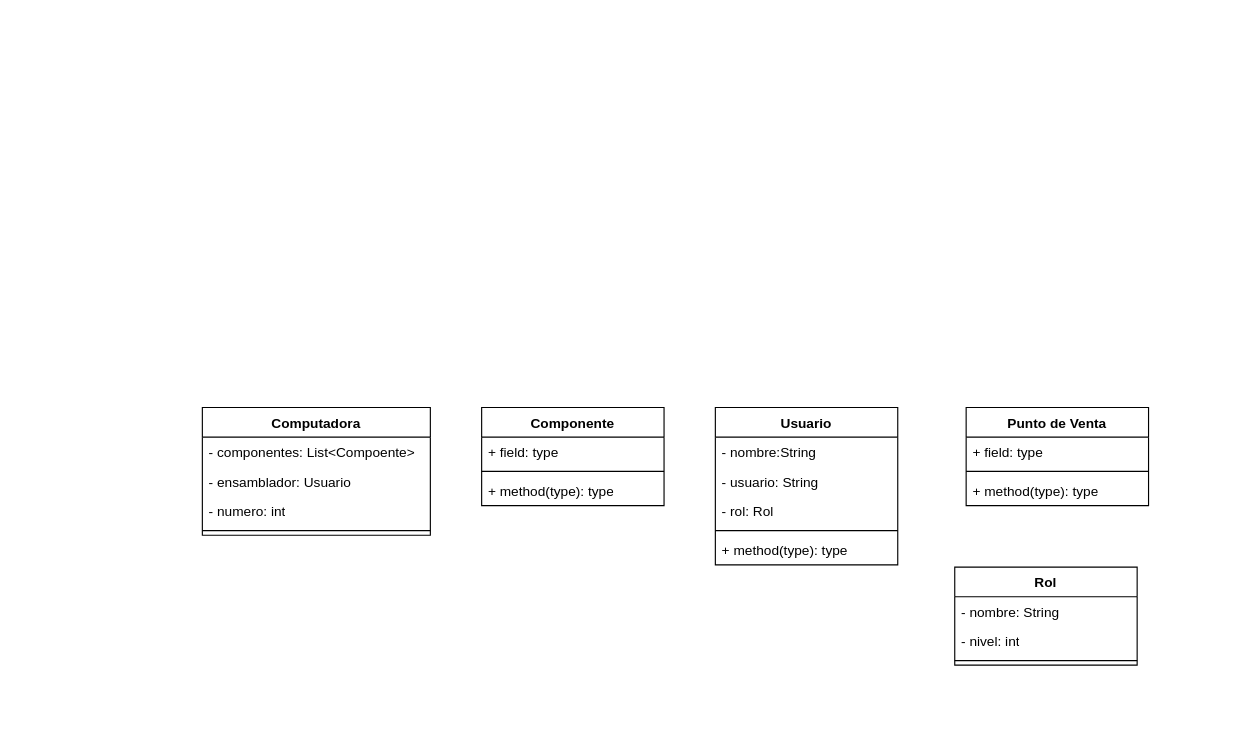
Above: page "Clases" (1 of 2) of Documentación/La Computadora Feliz IPC2 1S 2025.drawio in Emahch/Proyecto-1-IPC2-S2-2025 (draw.io), before the change. Source tidied: cells renumbered, new cells numbered last; positions are measured from the earlier drawing's top-left corner, leaving out a move shared by most shapes. Both pictures are drawn from the tidied source at 114%, with x=0, y=0 at pixel (202, 407).
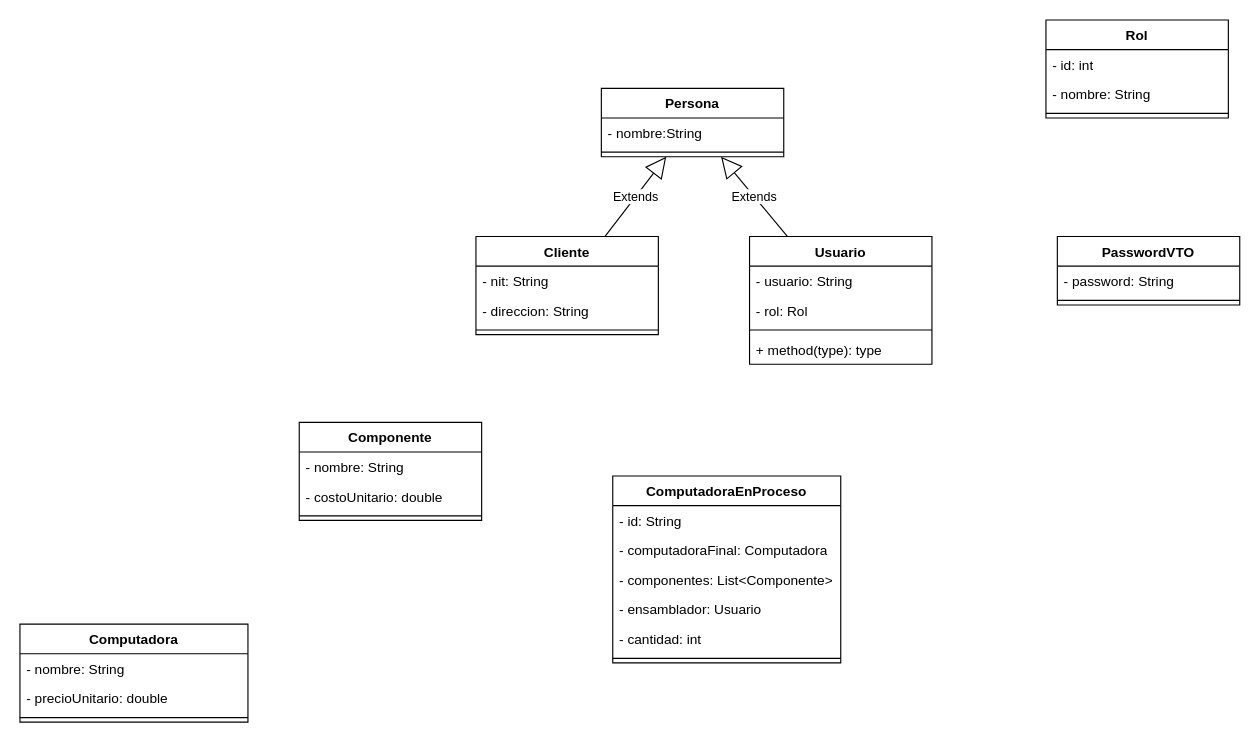
The same diagram, later.

The edit, as a diff of the source:
```diff
@@
-    <mxCell id="2" value="Computadora" style="swimlane;fontStyle=1;align=center;verticalAlign=top;horizontal=1;startSize=26;whiteSpace=wrap;html=1;" parent="1" vertex="1">
-      <mxGeometry width="200" height="112" as="geometry" />
+    <mxCell id="2" value="ComputadoraEnProceso" style="swimlane;fontStyle=1;align=center;verticalAlign=top;horizontal=1;startSize=26;whiteSpace=wrap;html=1;" parent="1" vertex="1">
+      <mxGeometry x="360" y="60" width="200" height="164" as="geometry" />
     </mxCell>
+    <mxCell id="25" value="- id: String" style="text;strokeColor=none;fillColor=none;align=left;verticalAlign=top;spacingLeft=4;spacingRight=4;overflow=hidden;whiteSpace=wrap;html=1;" parent="2" vertex="1">
+      <mxGeometry y="26" width="200" height="26" as="geometry" />
+    </mxCell>
+    <mxCell id="26" value="- computadoraFinal: Computadora" style="text;strokeColor=none;fillColor=none;align=left;verticalAlign=top;spacingLeft=4;spacingRight=4;overflow=hidden;whiteSpace=wrap;html=1;" parent="2" vertex="1">
+      <mxGeometry y="52" width="200" height="26" as="geometry" />
+    </mxCell>
-    <mxCell id="3" value="- componentes: List&amp;lt;Compoente&amp;gt;" style="text;strokeColor=none;fillColor=none;align=left;verticalAlign=top;spacingLeft=4;spacingRight=4;overflow=hidden;whiteSpace=wrap;html=1;" parent="2" vertex="1">
-      <mxGeometry y="26" width="200" height="26" as="geometry" />
+    <mxCell id="3" value="- componentes: List&amp;lt;Componente&amp;gt;" style="text;strokeColor=none;fillColor=none;align=left;verticalAlign=top;spacingLeft=4;spacingRight=4;overflow=hidden;whiteSpace=wrap;html=1;" parent="2" vertex="1">
+      <mxGeometry y="78" width="200" height="26" as="geometry" />
     </mxCell>
     <mxCell id="4" value="- ensamblador: Usuario" style="text;strokeColor=none;fillColor=none;align=left;verticalAlign=top;spacingLeft=4;spacingRight=4;overflow=hidden;whiteSpace=wrap;html=1;" parent="2" vertex="1">
-      <mxGeometry y="52" width="200" height="26" as="geometry" />
+      <mxGeometry y="104" width="200" height="26" as="geometry" />
     </mxCell>
-    <mxCell id="5" value="- numero: int" style="text;strokeColor=none;fillColor=none;align=left;verticalAlign=top;spacingLeft=4;spacingRight=4;overflow=hidden;whiteSpace=wrap;html=1;" parent="2" vertex="1">
-      <mxGeometry y="78" width="200" height="26" as="geometry" />
+    <mxCell id="5" value="- cantidad: int" style="text;strokeColor=none;fillColor=none;align=left;verticalAlign=top;spacingLeft=4;spacingRight=4;overflow=hidden;whiteSpace=wrap;html=1;" parent="2" vertex="1">
+      <mxGeometry y="130" width="200" height="26" as="geometry" />
     </mxCell>
     <mxCell id="6" style="line;strokeWidth=1;fillColor=none;align=left;verticalAlign=middle;spacingTop=-1;spacingLeft=3;spacingRight=3;labelPosition=right;strokeColor=inherit;" parent="2" vertex="1">
-      <mxGeometry y="104" width="200" height="8" as="geometry" />
+      <mxGeometry y="156" width="200" height="8" as="geometry" />
     </mxCell>
-    <mxCell id="7" value="Componente" style="swimlane;fontStyle=1;align=center;verticalAlign=top;horizontal=1;startSize=26;whiteSpace=wrap;html=1;" parent="1" vertex="1">
-      <mxGeometry x="245" width="160" height="86" as="geometry" />
+    <mxCell id="7" value="&lt;div&gt;Componente&lt;/div&gt;" style="swimlane;fontStyle=1;align=center;verticalAlign=top;horizontal=1;startSize=26;whiteSpace=wrap;html=1;" parent="1" vertex="1">
+      <mxGeometry x="85" y="13" width="160" height="86" as="geometry" />
     </mxCell>
-    <mxCell id="8" value="+ field: type" style="text;strokeColor=none;fillColor=none;align=left;verticalAlign=top;spacingLeft=4;spacingRight=4;overflow=hidden;whiteSpace=wrap;html=1;" parent="7" vertex="1">
+    <mxCell id="8" value="- nombre: String" style="text;strokeColor=none;fillColor=none;align=left;verticalAlign=top;spacingLeft=4;spacingRight=4;overflow=hidden;whiteSpace=wrap;html=1;" parent="7" vertex="1">
       <mxGeometry y="26" width="160" height="26" as="geometry" />
     </mxCell>
+    <mxCell id="27" value="- costoUnitario: double" style="text;strokeColor=none;fillColor=none;align=left;verticalAlign=top;spacingLeft=4;spacingRight=4;overflow=hidden;whiteSpace=wrap;html=1;" parent="7" vertex="1">
+      <mxGeometry y="52" width="160" height="26" as="geometry" />
+    </mxCell>
     <mxCell id="9" style="line;strokeWidth=1;fillColor=none;align=left;verticalAlign=middle;spacingTop=-1;spacingLeft=3;spacingRight=3;labelPosition=right;strokeColor=inherit;" parent="7" vertex="1">
-      <mxGeometry y="52" width="160" height="8" as="geometry" />
+      <mxGeometry y="78" width="160" height="8" as="geometry" />
     </mxCell>
-    <mxCell id="10" value="+ method(type): type" style="text;strokeColor=none;fillColor=none;align=left;verticalAlign=top;spacingLeft=4;spacingRight=4;overflow=hidden;whiteSpace=wrap;html=1;" parent="7" vertex="1">
-      <mxGeometry y="60" width="160" height="26" as="geometry" />
-    </mxCell>
     <mxCell id="11" value="Usuario" style="swimlane;fontStyle=1;align=center;verticalAlign=top;horizontal=1;startSize=26;whiteSpace=wrap;html=1;" parent="1" vertex="1">
-      <mxGeometry x="450" width="160" height="138" as="geometry" />
+      <mxGeometry x="480" y="-150" width="160" height="112" as="geometry" />
     </mxCell>
-    <mxCell id="12" value="- nombre:String" style="text;strokeColor=none;fillColor=none;align=left;verticalAlign=top;spacingLeft=4;spacingRight=4;overflow=hidden;whiteSpace=wrap;html=1;" parent="11" vertex="1">
-      <mxGeometry y="26" width="160" height="26" as="geometry" />
-    </mxCell>
     <mxCell id="13" value="- usuario: String" style="text;strokeColor=none;fillColor=none;align=left;verticalAlign=top;spacingLeft=4;spacingRight=4;overflow=hidden;whiteSpace=wrap;html=1;" parent="11" vertex="1">
-      <mxGeometry y="52" width="160" height="26" as="geometry" />
+      <mxGeometry y="26" width="160" height="26" as="geometry" />
     </mxCell>
     <mxCell id="14" value="- rol: Rol" style="text;strokeColor=none;fillColor=none;align=left;verticalAlign=top;spacingLeft=4;spacingRight=4;overflow=hidden;whiteSpace=wrap;html=1;" parent="11" vertex="1">
-      <mxGeometry y="78" width="160" height="26" as="geometry" />
+      <mxGeometry y="52" width="160" height="26" as="geometry" />
     </mxCell>
     <mxCell id="15" style="line;strokeWidth=1;fillColor=none;align=left;verticalAlign=middle;spacingTop=-1;spacingLeft=3;spacingRight=3;labelPosition=right;strokeColor=inherit;" parent="11" vertex="1">
-      <mxGeometry y="104" width="160" height="8" as="geometry" />
+      <mxGeometry y="78" width="160" height="8" as="geometry" />
     </mxCell>
     <mxCell id="16" value="+ method(type): type" style="text;strokeColor=none;fillColor=none;align=left;verticalAlign=top;spacingLeft=4;spacingRight=4;overflow=hidden;whiteSpace=wrap;html=1;" parent="11" vertex="1">
-      <mxGeometry y="112" width="160" height="26" as="geometry" />
+      <mxGeometry y="86" width="160" height="26" as="geometry" />
     </mxCell>
-    <mxCell id="17" value="Punto de Venta" style="swimlane;fontStyle=1;align=center;verticalAlign=top;horizontal=1;startSize=26;whiteSpace=wrap;html=1;" parent="1" vertex="1">
-      <mxGeometry x="670" width="160" height="86" as="geometry" />
-    </mxCell>
-    <mxCell id="18" value="+ field: type" style="text;strokeColor=none;fillColor=none;align=left;verticalAlign=top;spacingLeft=4;spacingRight=4;overflow=hidden;whiteSpace=wrap;html=1;" parent="17" vertex="1">
-      <mxGeometry y="26" width="160" height="26" as="geometry" />
-    </mxCell>
-    <mxCell id="19" style="line;strokeWidth=1;fillColor=none;align=left;verticalAlign=middle;spacingTop=-1;spacingLeft=3;spacingRight=3;labelPosition=right;strokeColor=inherit;" parent="17" vertex="1">
-      <mxGeometry y="52" width="160" height="8" as="geometry" />
-    </mxCell>
-    <mxCell id="20" value="+ method(type): type" style="text;strokeColor=none;fillColor=none;align=left;verticalAlign=top;spacingLeft=4;spacingRight=4;overflow=hidden;whiteSpace=wrap;html=1;" parent="17" vertex="1">
-      <mxGeometry y="60" width="160" height="26" as="geometry" />
-    </mxCell>
     <mxCell id="21" value="Rol" style="swimlane;fontStyle=1;align=center;verticalAlign=top;horizontal=1;startSize=26;whiteSpace=wrap;html=1;" parent="1" vertex="1">
-      <mxGeometry x="660" y="140" width="160" height="86" as="geometry" />
+      <mxGeometry x="740" y="-340" width="160" height="86" as="geometry" />
     </mxCell>
+    <mxCell id="23" value="- id: int" style="text;strokeColor=none;fillColor=none;align=left;verticalAlign=top;spacingLeft=4;spacingRight=4;overflow=hidden;whiteSpace=wrap;html=1;" parent="21" vertex="1">
+      <mxGeometry y="26" width="160" height="26" as="geometry" />
+    </mxCell>
     <mxCell id="22" value="- nombre: String" style="text;strokeColor=none;fillColor=none;align=left;verticalAlign=top;spacingLeft=4;spacingRight=4;overflow=hidden;whiteSpace=wrap;html=1;" parent="21" vertex="1">
-      <mxGeometry y="26" width="160" height="26" as="geometry" />
+      <mxGeometry y="52" width="160" height="26" as="geometry" />
     </mxCell>
-    <mxCell id="23" value="- nivel: int" style="text;strokeColor=none;fillColor=none;align=left;verticalAlign=top;spacingLeft=4;spacingRight=4;overflow=hidden;whiteSpace=wrap;html=1;" parent="21" vertex="1">
-      <mxGeometry y="52" width="160" height="26" as="geometry" />
-    </mxCell>
@@
+    <mxCell id="28" value="Computadora" style="swimlane;fontStyle=1;align=center;verticalAlign=top;horizontal=1;startSize=26;whiteSpace=wrap;html=1;" parent="1" vertex="1">
+      <mxGeometry x="-160" y="190" width="200" height="86" as="geometry" />
+    </mxCell>
+    <mxCell id="29" value="- nombre: String" style="text;strokeColor=none;fillColor=none;align=left;verticalAlign=top;spacingLeft=4;spacingRight=4;overflow=hidden;whiteSpace=wrap;html=1;" parent="28" vertex="1">
+      <mxGeometry y="26" width="200" height="26" as="geometry" />
+    </mxCell>
+    <mxCell id="30" value="- precioUnitario: double" style="text;strokeColor=none;fillColor=none;align=left;verticalAlign=top;spacingLeft=4;spacingRight=4;overflow=hidden;whiteSpace=wrap;html=1;" parent="28" vertex="1">
+      <mxGeometry y="52" width="200" height="26" as="geometry" />
+    </mxCell>
+    <mxCell id="31" style="line;strokeWidth=1;fillColor=none;align=left;verticalAlign=middle;spacingTop=-1;spacingLeft=3;spacingRight=3;labelPosition=right;strokeColor=inherit;" parent="28" vertex="1">
+      <mxGeometry y="78" width="200" height="8" as="geometry" />
+    </mxCell>
+    <mxCell id="32" value="Persona" style="swimlane;fontStyle=1;align=center;verticalAlign=top;horizontal=1;startSize=26;whiteSpace=wrap;html=1;" parent="1" vertex="1">
+      <mxGeometry x="350" y="-280" width="160" height="60" as="geometry" />
+    </mxCell>
+    <mxCell id="12" value="- nombre:String" style="text;strokeColor=none;fillColor=none;align=left;verticalAlign=top;spacingLeft=4;spacingRight=4;overflow=hidden;whiteSpace=wrap;html=1;" parent="32" vertex="1">
+      <mxGeometry y="26" width="160" height="26" as="geometry" />
+    </mxCell>
+    <mxCell id="33" style="line;strokeWidth=1;fillColor=none;align=left;verticalAlign=middle;spacingTop=-1;spacingLeft=3;spacingRight=3;labelPosition=right;strokeColor=inherit;" parent="32" vertex="1">
+      <mxGeometry y="52" width="160" height="8" as="geometry" />
+    </mxCell>
+    <mxCell id="34" value="Cliente" style="swimlane;fontStyle=1;align=center;verticalAlign=top;horizontal=1;startSize=26;whiteSpace=wrap;html=1;" parent="1" vertex="1">
+      <mxGeometry x="240" y="-150" width="160" height="86" as="geometry" />
+    </mxCell>
+    <mxCell id="35" value="- nit: String" style="text;strokeColor=none;fillColor=none;align=left;verticalAlign=top;spacingLeft=4;spacingRight=4;overflow=hidden;whiteSpace=wrap;html=1;" parent="34" vertex="1">
+      <mxGeometry y="26" width="160" height="26" as="geometry" />
+    </mxCell>
+    <mxCell id="36" value="- direccion: String" style="text;strokeColor=none;fillColor=none;align=left;verticalAlign=top;spacingLeft=4;spacingRight=4;overflow=hidden;whiteSpace=wrap;html=1;" parent="34" vertex="1">
+      <mxGeometry y="52" width="160" height="26" as="geometry" />
+    </mxCell>
+    <mxCell id="37" style="line;strokeWidth=1;fillColor=none;align=left;verticalAlign=middle;spacingTop=-1;spacingLeft=3;spacingRight=3;labelPosition=right;strokeColor=inherit;" parent="34" vertex="1">
+      <mxGeometry y="78" width="160" height="8" as="geometry" />
+    </mxCell>
+    <mxCell id="38" value="PasswordVTO" style="swimlane;fontStyle=1;align=center;verticalAlign=top;horizontal=1;startSize=26;whiteSpace=wrap;html=1;" parent="1" vertex="1">
+      <mxGeometry x="750" y="-150" width="160" height="60" as="geometry" />
+    </mxCell>
+    <mxCell id="39" value="- password: String" style="text;strokeColor=none;fillColor=none;align=left;verticalAlign=top;spacingLeft=4;spacingRight=4;overflow=hidden;whiteSpace=wrap;html=1;" parent="38" vertex="1">
+      <mxGeometry y="26" width="160" height="26" as="geometry" />
+    </mxCell>
+    <mxCell id="40" style="line;strokeWidth=1;fillColor=none;align=left;verticalAlign=middle;spacingTop=-1;spacingLeft=3;spacingRight=3;labelPosition=right;strokeColor=inherit;" parent="38" vertex="1">
+      <mxGeometry y="52" width="160" height="8" as="geometry" />
+    </mxCell>
+    <mxCell id="41" value="Extends" style="endArrow=block;endSize=16;endFill=0;html=1;rounded=0;" parent="1" edge="1" source="11" target="32">
+      <mxGeometry relative="1" as="geometry" />
+    </mxCell>
+    <mxCell id="42" value="Extends" style="endArrow=block;endSize=16;endFill=0;html=1;rounded=0;" parent="1" edge="1" source="34" target="32">
+      <mxGeometry relative="1" as="geometry" />
+    </mxCell>
```
